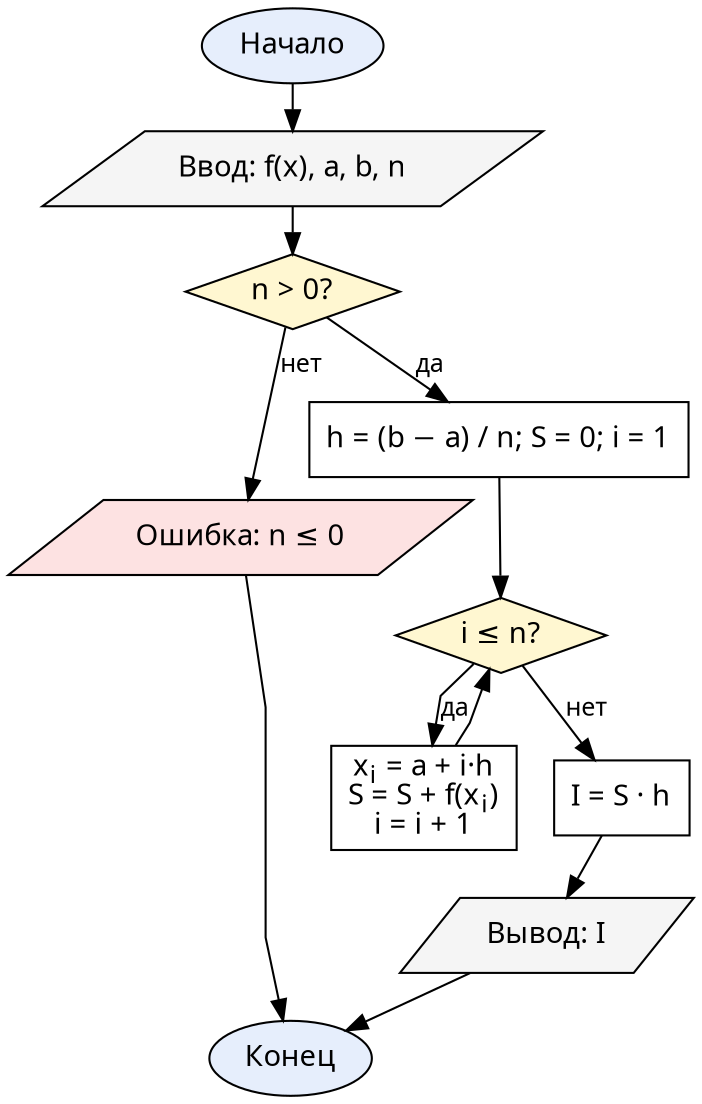
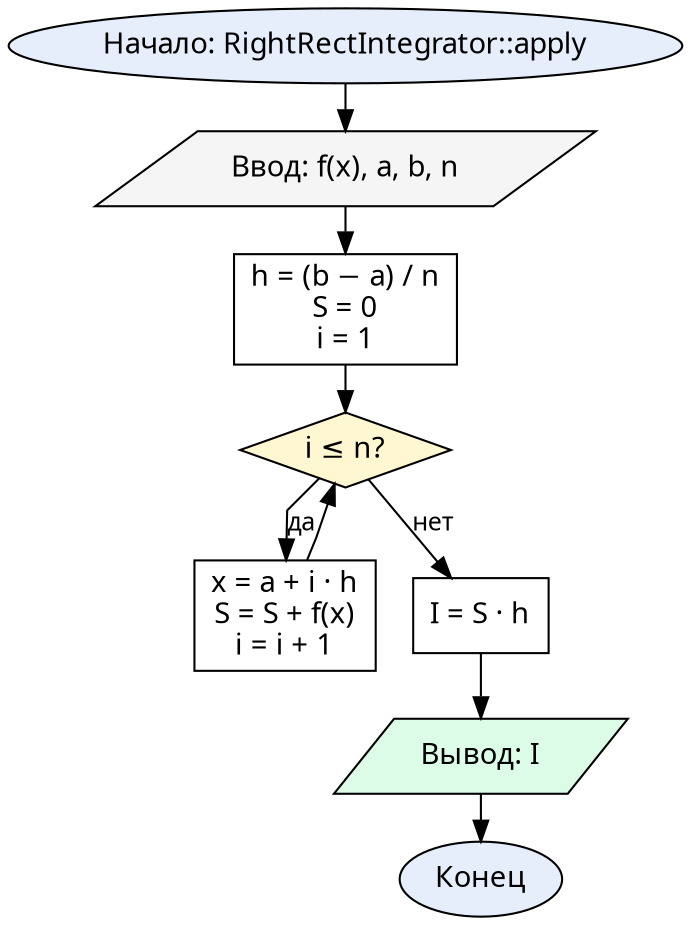
digraph RightRect {
  graph [fontname="CMU Serif", rankdir=TB, nodesep=0.25, ranksep=0.3, splines=polyline]
  node  [fontname="CMU Serif", fontsize=14, style="filled", fillcolor="#ffffff", color="#000000"]
  edge  [fontname="CMU Serif", fontsize=12, color="#000000"]

-   start [label="Начало", shape=oval, fillcolor="#e6eefc"]
-   input [label="Ввод: f(x), a, b, n", shape=parallelogram, fillcolor="#f5f5f5"]
-   chkN  [label=<n &gt; 0?>, shape=diamond, fillcolor="#fff7d1"]
-   err   [label="Ошибка: n ≤ 0", shape=parallelogram, fillcolor="#fde2e2"]
-   init  [label=<h = (b − a) / n; S = 0; i = 1>, shape=box]
-   loop  [label=<i ≤ n?>, shape=diamond, fillcolor="#fff7d1"]
-   body  [label=<x<SUB>i</SUB> = a + i·h<BR/>S = S + f(x<SUB>i</SUB>)<BR/>i = i + 1>, shape=box]
-   mul   [label=<I = S · h>, shape=box]
-   output [label=<Вывод: I>, shape=parallelogram, fillcolor="#f5f5f5"]
+   start  [label="Начало: RightRectIntegrator::apply", shape=oval, fillcolor="#e6eefc"]
+   input  [label="Ввод: f(x), a, b, n", shape=parallelogram, fillcolor="#f5f5f5"]
+   init   [label=<h = (b − a) / n<BR/>S = 0<BR/>i = 1>, shape=box]
+   loop   [label=<i ≤ n?>, shape=diamond, fillcolor="#fff7d1"]
+   body   [label=<x = a + i · h<BR/>S = S + f(x)<BR/>i = i + 1>, shape=box]
+   mul    [label=<I = S · h>, shape=box]
+   output [label=<Вывод: I>, shape=parallelogram, fillcolor="#dcfce7"]
  stop   [label="Конец", shape=oval, fillcolor="#e6eefc"]

-   start -> input -> chkN
-   chkN -> err [label="нет"]
-   err -> stop
-   chkN -> init [label="да"]
-   init -> loop
+   start -> input -> init -> loop
  loop -> body [label="да"]
  body -> loop
  loop -> mul [label="нет"]
  mul -> output -> stop
}
